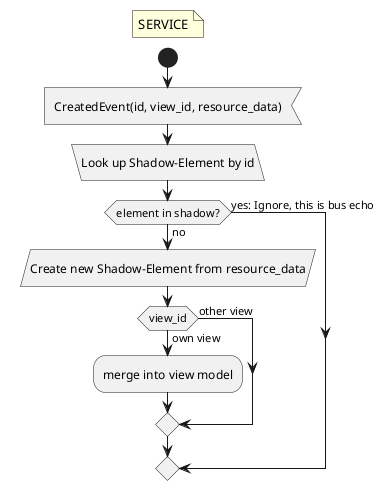
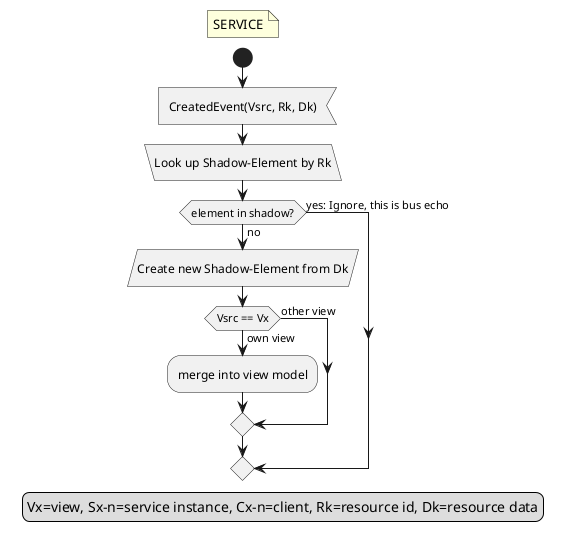
@startuml
!pragma useVerticalIf on
floating note: SERVICE
+ Legend: Vx=view, Sx-n=service instance, Cx-n=client, Rk=resource id, Dk=resource data
start
-     :CreatedEvent(id, view_id, resource_data); <<input>>
-     :Look up Shadow-Element by id; <<load>>
+     :CreatedEvent(Vsrc, Rk, Dk); <<input>>
+     :Look up Shadow-Element by Rk; <<load>>
    if (element in shadow?) then (yes: Ignore, this is bus echo)
    else (no)
-         :Create new Shadow-Element from resource_data; <<save>>
-         if (view_id) then (own view)
+         :Create new Shadow-Element from Dk; <<save>>
+         if (Vsrc == Vx) then (own view)
            :merge into view model;
        else (other view)
    end if
@enduml